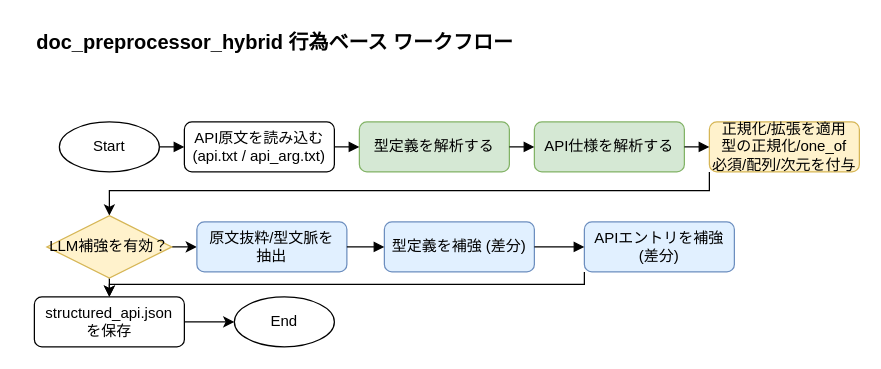
Above: doc/doc_preprocessor_hybrid_flow.drawio in h035ide/imabari3dcad (draw.io), before the change. Source tidied: cells renumbered, new cells numbered last; positions are measured from the earlier drawing's top-left corner, leaving out a move shared by most shapes. Both pictures are drawn from the tidied source at 125%, with x=0, y=0 at pixel (34, 21).
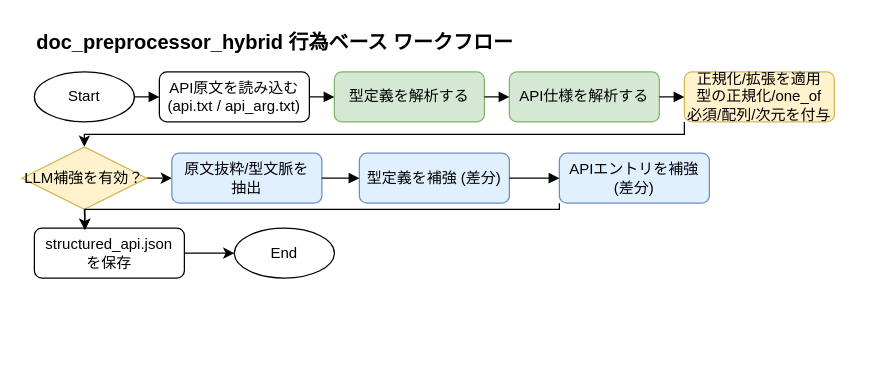
The same diagram, later.

Change to the diagram source:
```diff
@@
     <mxCell id="3" value="Start" style="ellipse;whiteSpace=wrap;html=1;fillColor=#ffffff;strokeColor=#000000;" parent="1" vertex="1">
-      <mxGeometry x="20" y="80" width="80" height="40" as="geometry" />
+      <mxGeometry y="40" width="80" height="40" as="geometry" />
     </mxCell>
     <mxCell id="4" value="API原文を読み込む(api.txt / api_arg.txt)" style="rounded=1;whiteSpace=wrap;html=1;fillColor=#ffffff;strokeColor=#000000;" parent="1" vertex="1">
-      <mxGeometry x="120" y="80" width="120" height="40" as="geometry" />
+      <mxGeometry x="100" y="40" width="120" height="40" as="geometry" />
     </mxCell>
     <mxCell id="5" value="型定義を解析する" style="rounded=1;whiteSpace=wrap;html=1;fillColor=#d5e8d4;strokeColor=#82b366;" parent="1" vertex="1">
-      <mxGeometry x="260" y="80" width="120" height="40" as="geometry" />
+      <mxGeometry x="240" y="40" width="120" height="40" as="geometry" />
     </mxCell>
     <mxCell id="6" value="API仕様を解析する" style="rounded=1;whiteSpace=wrap;html=1;fillColor=#d5e8d4;strokeColor=#82b366;" parent="1" vertex="1">
-      <mxGeometry x="400" y="80" width="120" height="40" as="geometry" />
+      <mxGeometry x="380" y="40" width="120" height="40" as="geometry" />
     </mxCell>
     <mxCell id="7" style="edgeStyle=orthogonalEdgeStyle;rounded=0;jettySize=auto;html=1;exitX=0;exitY=1;exitDx=0;exitDy=0;entryX=0.5;entryY=0;entryDx=0;entryDy=0;" parent="1" edge="1" source="8" target="11">
       <mxGeometry relative="1" as="geometry">
         <Array as="points">
-          <mxPoint x="540" y="135" />
-          <mxPoint x="60" y="135" />
+          <mxPoint x="520" y="90" />
+          <mxPoint x="40" y="90" />
         </Array>
       </mxGeometry>
     </mxCell>
     <mxCell id="8" value="正規化/拡張を適用&lt;div&gt;型の正規化/one_of&lt;/div&gt;&lt;div&gt;必須/配列/次元を付与&lt;/div&gt;" style="rounded=1;whiteSpace=wrap;html=1;fillColor=#fff2cc;strokeColor=#d6b656;" parent="1" vertex="1">
-      <mxGeometry x="540" y="80" width="120" height="40" as="geometry" />
+      <mxGeometry x="520" y="40" width="120" height="40" as="geometry" />
     </mxCell>
@@
-    <mxCell id="10" style="edgeStyle=orthogonalEdgeStyle;rounded=0;jettySize=auto;html=1;exitX=0.5;exitY=1;exitDx=0;exitDy=0;entryX=0.5;entryY=0;entryDx=0;entryDy=0;" parent="1" edge="1" source="11" target="17">
-      <mxGeometry relative="1" as="geometry" />
-    </mxCell>
     <mxCell id="11" value="LLM補強を有効？" style="rhombus;whiteSpace=wrap;html=1;fillColor=#fff2cc;strokeColor=#d6b656;" parent="1" vertex="1">
-      <mxGeometry x="10" y="155" width="100" height="50" as="geometry" />
+      <mxGeometry x="-10" y="100" width="100" height="50" as="geometry" />
     </mxCell>
     <mxCell id="12" value="原文抜粋/型文脈を&lt;div&gt;抽出&lt;/div&gt;" style="rounded=1;whiteSpace=wrap;html=1;fillColor=#e1f0ff;strokeColor=#6c8ebf;" parent="1" vertex="1">
-      <mxGeometry x="130" y="160" width="120" height="40" as="geometry" />
+      <mxGeometry x="110" y="105" width="120" height="40" as="geometry" />
     </mxCell>
     <mxCell id="13" value="型定義を補強 (差分)" style="rounded=1;whiteSpace=wrap;html=1;fillColor=#e1f0ff;strokeColor=#6c8ebf;" parent="1" vertex="1">
-      <mxGeometry x="280" y="160" width="120" height="40" as="geometry" />
+      <mxGeometry x="260" y="105" width="120" height="40" as="geometry" />
     </mxCell>
-    <mxCell id="14" style="edgeStyle=orthogonalEdgeStyle;rounded=0;jettySize=auto;html=1;exitX=0;exitY=1;exitDx=0;exitDy=0;entryX=0.5;entryY=0;entryDx=0;entryDy=0;" parent="1" edge="1" source="15" target="17">
-      <mxGeometry relative="1" as="geometry">
-        <Array as="points">
-          <mxPoint x="440" y="210" />
-          <mxPoint x="60" y="210" />
-        </Array>
-      </mxGeometry>
-    </mxCell>
     <mxCell id="15" value="APIエントリを補強 (差分)" style="rounded=1;whiteSpace=wrap;html=1;fillColor=#e1f0ff;strokeColor=#6c8ebf;" parent="1" vertex="1">
-      <mxGeometry x="440" y="160" width="120" height="40" as="geometry" />
+      <mxGeometry x="420" y="105" width="120" height="40" as="geometry" />
     </mxCell>
@@
     <mxCell id="17" value="structured_api.json&lt;div&gt;を保存&lt;/div&gt;" style="rounded=1;whiteSpace=wrap;html=1;fillColor=#ffffff;strokeColor=#000000;" parent="1" vertex="1">
-      <mxGeometry y="220" width="120" height="40" as="geometry" />
+      <mxGeometry y="165" width="120" height="40" as="geometry" />
     </mxCell>
     <mxCell id="18" value="End" style="ellipse;whiteSpace=wrap;html=1;fillColor=#ffffff;strokeColor=#000000;" parent="1" vertex="1">
-      <mxGeometry x="160" y="220" width="80" height="40" as="geometry" />
+      <mxGeometry x="160" y="165" width="80" height="40" as="geometry" />
     </mxCell>
@@
+    <mxCell id="10" style="edgeStyle=orthogonalEdgeStyle;rounded=0;jettySize=auto;html=1;exitX=0.5;exitY=1;exitDx=0;exitDy=0;entryX=0.337;entryY=0.037;entryDx=0;entryDy=0;entryPerimeter=0;" parent="1" edge="1" source="11" target="17">
+      <mxGeometry relative="1" as="geometry" />
+    </mxCell>
+    <mxCell id="14" style="edgeStyle=orthogonalEdgeStyle;rounded=0;jettySize=auto;html=1;exitX=0;exitY=1;exitDx=0;exitDy=0;entryX=0.337;entryY=0.037;entryDx=0;entryDy=0;entryPerimeter=0;" parent="1" edge="1" source="15" target="17">
+      <mxGeometry relative="1" as="geometry">
+        <Array as="points">
+          <mxPoint x="420" y="150" />
+          <mxPoint x="40" y="150" />
+        </Array>
+      </mxGeometry>
+    </mxCell>
```
